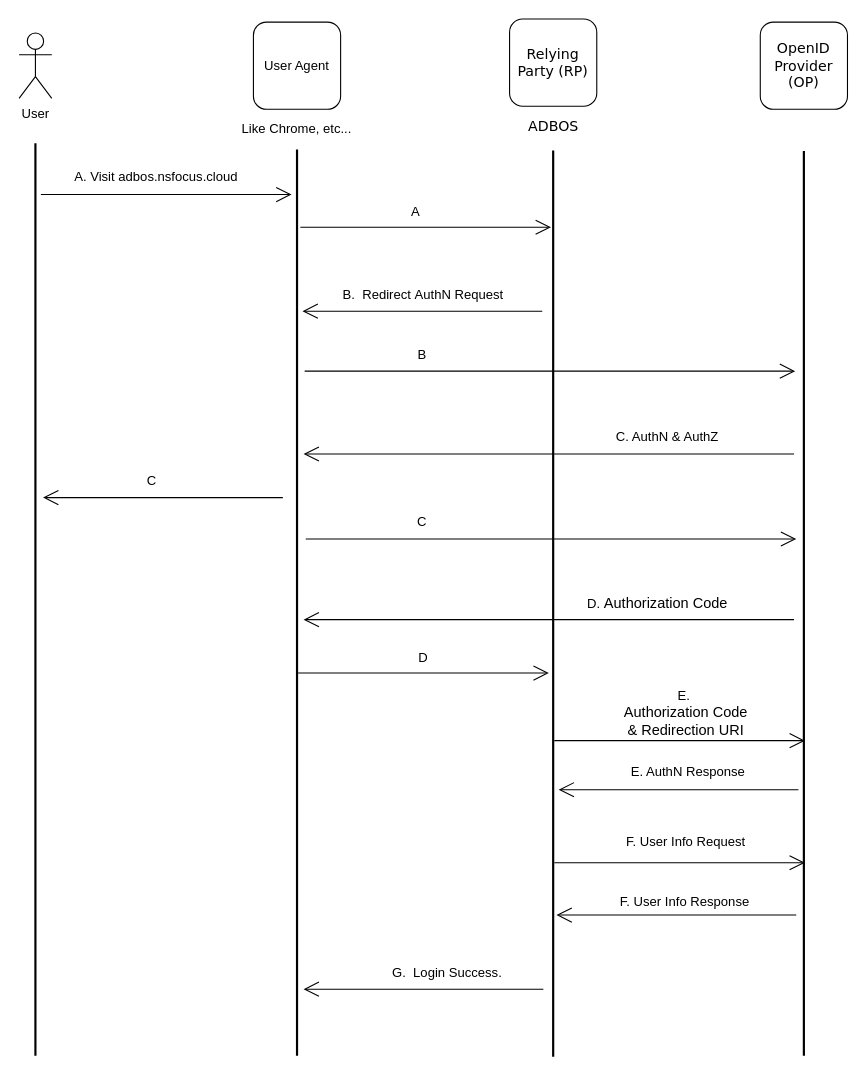
caihuayu0322/drawio-github keeps this draw.io diagram as sso.drawio. Above is the earlier version. Source tidied: cells renumbered, new cells numbered last; positions are measured from the earlier drawing's top-left corner, leaving out a move shared by most shapes. Both pictures are drawn from the tidied source at 109%, with x=0, y=0 at pixel (19, 19).
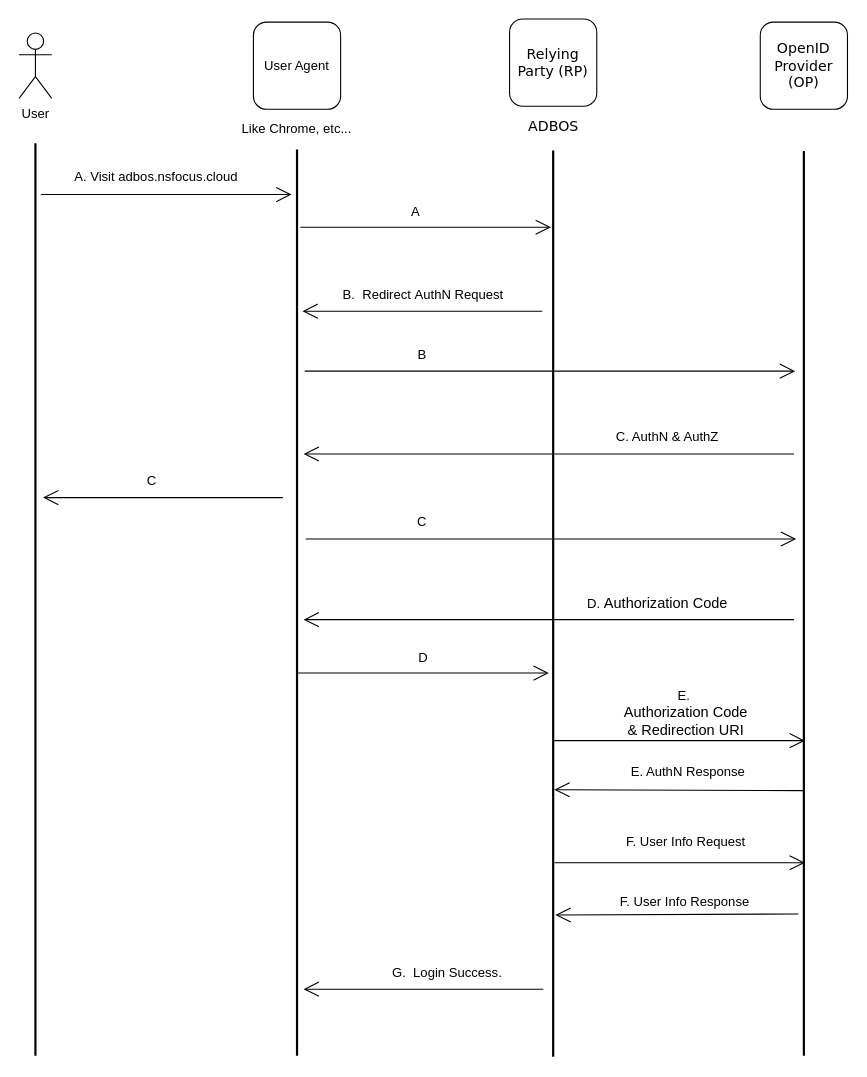
The same page after the edit.

Unchanged cells that the change refers to:
```xml
<mxCell id="4" style="line;strokeWidth=2;direction=south;html=1;" parent="1" vertex="1">
  <mxGeometry x="715" y="121" width="10" height="830" as="geometry" />
</mxCell>
```

What changed in the source:
```diff
@@
-    <mxCell id="22" style="endArrow=open;endFill=1;endSize=12;html=1;rounded=0;" parent="1" edge="1">
+    <mxCell id="22" style="endArrow=open;endFill=1;endSize=12;html=1;rounded=0;exitX=0.707;exitY=0.5;exitDx=0;exitDy=0;exitPerimeter=0;" parent="1" edge="1" source="4">
       <mxGeometry relative="1" as="geometry">
-        <mxPoint x="715" y="707" as="sourcePoint" />
-        <mxPoint x="495" y="707" as="targetPoint" />
+        <mxPoint x="491" y="707" as="targetPoint" />
       </mxGeometry>
     </mxCell>
@@
     <mxCell id="24" style="endArrow=open;endFill=1;endSize=12;html=1;rounded=0;" parent="1" edge="1">
       <mxGeometry relative="1" as="geometry">
-        <mxPoint x="713" y="822" as="sourcePoint" />
-        <mxPoint x="493" y="822" as="targetPoint" />
+        <mxPoint x="715" y="821" as="sourcePoint" />
+        <mxPoint x="492" y="822" as="targetPoint" />
       </mxGeometry>
     </mxCell>
```
